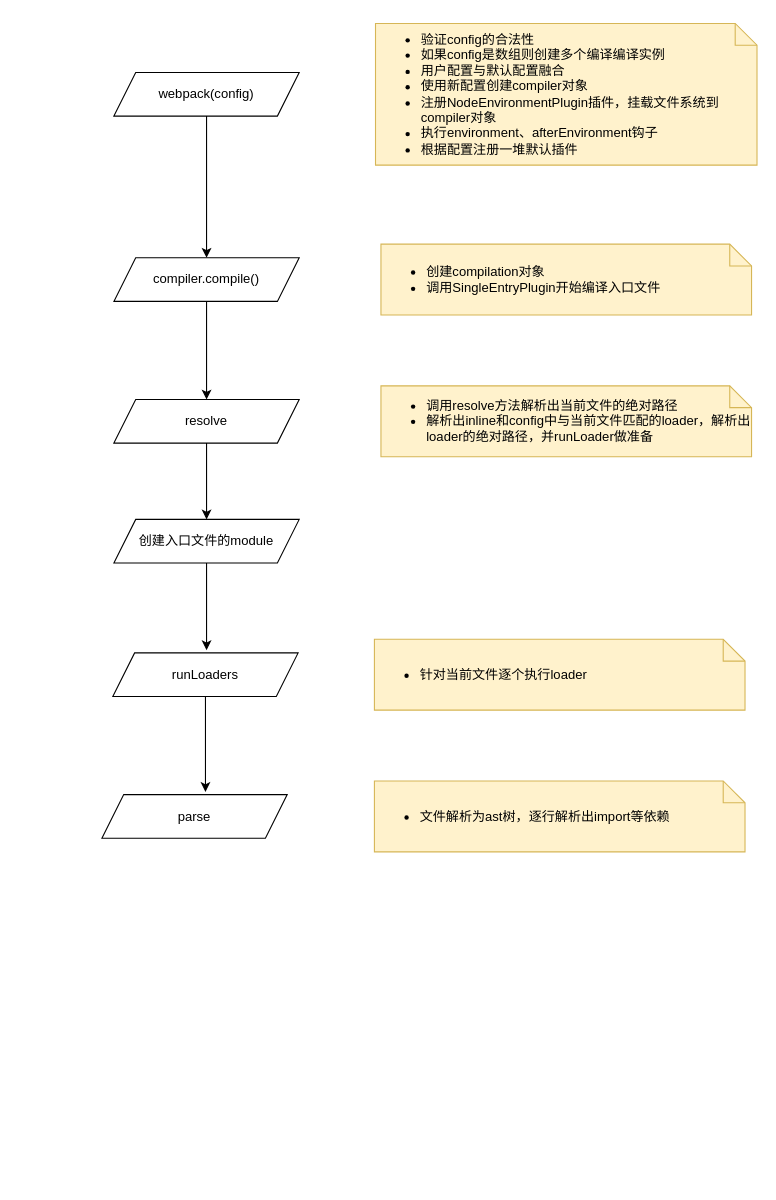
Before: webpack simple flow.drawio in askzh/diagrams, a draw.io diagram. Source tidied: cells renumbered, new cells numbered last; positions are measured from the earlier drawing's top-left corner, leaving out a move shared by most shapes. Both pictures are drawn from the tidied source at 109%, with x=0, y=0 at pixel (101, 23).
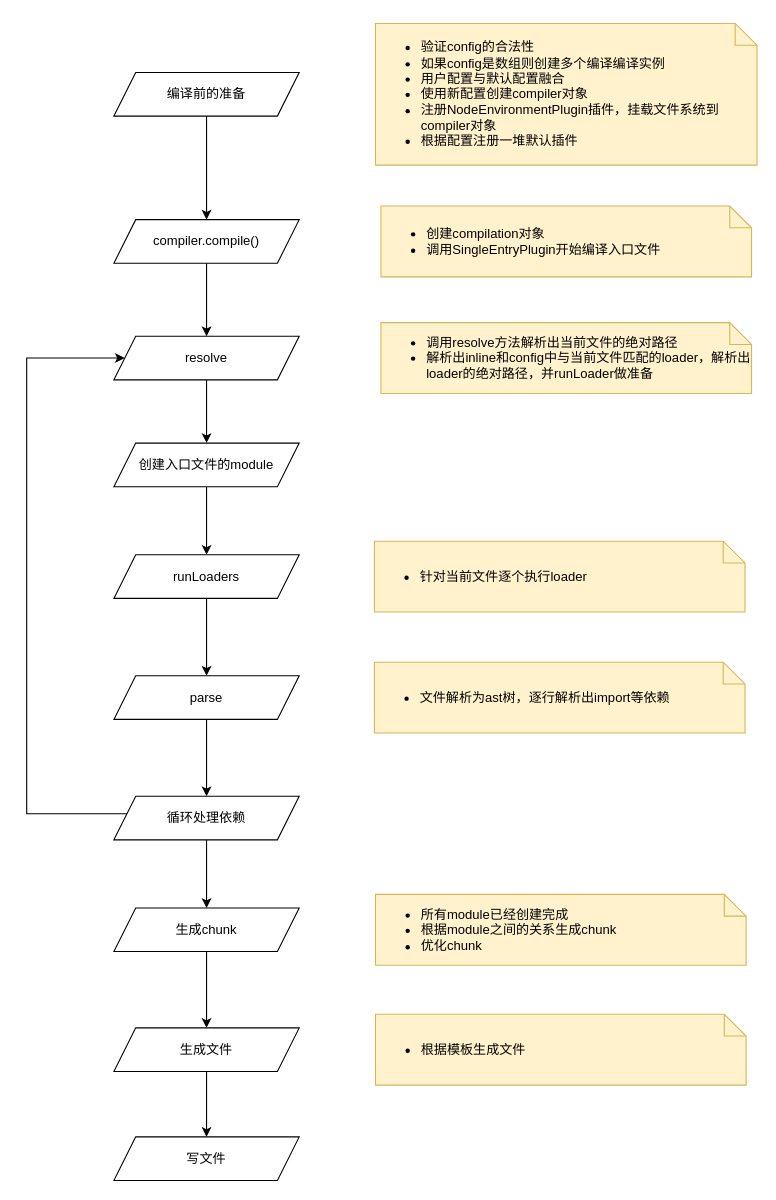
After the change.

Diff of the diagram source:
```diff
@@
-    <mxCell id="3" value="webpack(config)" style="shape=parallelogram;perimeter=parallelogramPerimeter;whiteSpace=wrap;html=1;fixedSize=1;" parent="1" vertex="1">
+    <mxCell id="3" value="编译前的准备" style="shape=parallelogram;perimeter=parallelogramPerimeter;whiteSpace=wrap;html=1;fixedSize=1;" parent="1" vertex="1">
       <mxGeometry x="11" y="45" width="170" height="40" as="geometry" />
     </mxCell>
-    <mxCell id="4" value="&lt;ul&gt;&lt;li&gt;&lt;span&gt;验证config的合法性&lt;/span&gt;&lt;/li&gt;&lt;li&gt;&lt;span&gt;如果config是数组则创建多个编译编译实例&lt;/span&gt;&lt;/li&gt;&lt;li&gt;&lt;span&gt;用户配置与默认配置融合&lt;/span&gt;&lt;/li&gt;&lt;li&gt;&lt;span&gt;使用新配置创建compiler对象&lt;/span&gt;&lt;/li&gt;&lt;li&gt;注册NodeEnvironmentPlugin插件，挂载文件系统到compiler对象&lt;/li&gt;&lt;li&gt;执行environment、afterEnvironment钩子&lt;/li&gt;&lt;li&gt;根据配置注册一堆默认插件&lt;/li&gt;&lt;/ul&gt;" style="shape=note;size=20;whiteSpace=wrap;html=1;fillColor=#fff2cc;strokeColor=#d6b656;align=left;" parent="1" vertex="1">
+    <mxCell id="4" value="&lt;ul&gt;&lt;li&gt;&lt;span&gt;验证config的合法性&lt;/span&gt;&lt;/li&gt;&lt;li&gt;&lt;span&gt;如果config是数组则创建多个编译编译实例&lt;/span&gt;&lt;/li&gt;&lt;li&gt;&lt;span&gt;用户配置与默认配置融合&lt;/span&gt;&lt;/li&gt;&lt;li&gt;&lt;span&gt;使用新配置创建compiler对象&lt;/span&gt;&lt;/li&gt;&lt;li&gt;注册NodeEnvironmentPlugin插件，挂载文件系统到compiler对象&lt;/li&gt;&lt;li&gt;根据配置注册一堆默认插件&lt;/li&gt;&lt;/ul&gt;" style="shape=note;size=20;whiteSpace=wrap;html=1;fillColor=#fff2cc;strokeColor=#d6b656;align=left;" parent="1" vertex="1">
       <mxGeometry x="251" width="350" height="130" as="geometry" />
     </mxCell>
@@
     <mxCell id="6" value="compiler.compile()" style="shape=parallelogram;perimeter=parallelogramPerimeter;whiteSpace=wrap;html=1;fixedSize=1;" parent="1" vertex="1">
-      <mxGeometry x="11" y="215" width="170" height="40" as="geometry" />
+      <mxGeometry x="11" y="180" width="170" height="40" as="geometry" />
     </mxCell>
     <mxCell id="7" value="&lt;ul&gt;&lt;li&gt;创建compilation对象&lt;/li&gt;&lt;li&gt;调用SingleEntryPlugin开始编译入口文件&lt;/li&gt;&lt;/ul&gt;" style="shape=note;size=20;whiteSpace=wrap;html=1;fillColor=#fff2cc;strokeColor=#d6b656;align=left;" parent="1" vertex="1">
-      <mxGeometry x="256" y="202.5" width="340" height="65" as="geometry" />
+      <mxGeometry x="256" y="167.5" width="340" height="65" as="geometry" />
     </mxCell>
@@
     <mxCell id="9" value="resolve" style="shape=parallelogram;perimeter=parallelogramPerimeter;whiteSpace=wrap;html=1;fixedSize=1;" parent="1" vertex="1">
-      <mxGeometry x="11" y="345" width="170" height="40" as="geometry" />
+      <mxGeometry x="11" y="287" width="170" height="40" as="geometry" />
     </mxCell>
     <mxCell id="10" value="&lt;ul&gt;&lt;li&gt;调用resolve方法解析出当前文件的绝对路径&lt;/li&gt;&lt;li&gt;解析出inline和config中与当前文件匹配的loader，解析出loader的绝对路径，并runLoader做准备&lt;/li&gt;&lt;/ul&gt;" style="shape=note;size=20;whiteSpace=wrap;html=1;fillColor=#fff2cc;strokeColor=#d6b656;align=left;" parent="1" vertex="1">
-      <mxGeometry x="256" y="332.5" width="340" height="65" as="geometry" />
+      <mxGeometry x="256" y="274.5" width="340" height="65" as="geometry" />
     </mxCell>
-    <mxCell id="11" style="edgeStyle=orthogonalEdgeStyle;rounded=0;jettySize=auto;html=1;" parent="1" edge="1" source="12">
-      <mxGeometry relative="1" as="geometry">
-        <mxPoint x="95" y="705" as="targetPoint" />
-      </mxGeometry>
-    </mxCell>
+    <mxCell id="18" style="edgeStyle=orthogonalEdgeStyle;rounded=0;jettySize=auto;html=1;entryX=0.5;entryY=0;entryDx=0;entryDy=0;" parent="1" edge="1" source="12" target="14">
+      <mxGeometry relative="1" as="geometry" />
+    </mxCell>
     <mxCell id="12" value="runLoaders" style="shape=parallelogram;perimeter=parallelogramPerimeter;whiteSpace=wrap;html=1;fixedSize=1;" parent="1" vertex="1">
-      <mxGeometry x="10" y="577.5" width="170" height="40" as="geometry" />
+      <mxGeometry x="11" y="487.5" width="170" height="40" as="geometry" />
     </mxCell>
     <mxCell id="13" value="&lt;ul&gt;&lt;li&gt;针对当前文件逐个执行loader&lt;/li&gt;&lt;/ul&gt;" style="shape=note;size=20;whiteSpace=wrap;html=1;fillColor=#fff2cc;strokeColor=#d6b656;align=left;" parent="1" vertex="1">
-      <mxGeometry x="250" y="565" width="340" height="65" as="geometry" />
+      <mxGeometry x="250" y="475" width="340" height="65" as="geometry" />
     </mxCell>
+    <mxCell id="19" style="edgeStyle=orthogonalEdgeStyle;rounded=0;jettySize=auto;html=1;entryX=0.5;entryY=0;entryDx=0;entryDy=0;" parent="1" edge="1" source="14" target="23">
+      <mxGeometry relative="1" as="geometry" />
+    </mxCell>
     <mxCell id="14" value="parse" style="shape=parallelogram;perimeter=parallelogramPerimeter;whiteSpace=wrap;html=1;fixedSize=1;" parent="1" vertex="1">
-      <mxGeometry y="707.5" width="170" height="40" as="geometry" />
+      <mxGeometry x="11" y="598.5" width="170" height="40" as="geometry" />
     </mxCell>
     <mxCell id="15" value="&lt;ul&gt;&lt;li&gt;文件解析为ast树，逐行解析出import等依赖&lt;/li&gt;&lt;/ul&gt;" style="shape=note;size=20;whiteSpace=wrap;html=1;fillColor=#fff2cc;strokeColor=#d6b656;align=left;" parent="1" vertex="1">
-      <mxGeometry x="250" y="695" width="340" height="65" as="geometry" />
+      <mxGeometry x="250" y="586" width="340" height="65" as="geometry" />
     </mxCell>
-    <mxCell id="16" style="edgeStyle=orthogonalEdgeStyle;rounded=0;jettySize=auto;html=1;" parent="1" edge="1" source="17">
-      <mxGeometry relative="1" as="geometry">
-        <mxPoint x="96" y="575" as="targetPoint" />
-      </mxGeometry>
-    </mxCell>
+    <mxCell id="20" style="edgeStyle=orthogonalEdgeStyle;rounded=0;jettySize=auto;html=1;entryX=0.5;entryY=0;entryDx=0;entryDy=0;" parent="1" edge="1" source="17" target="12">
+      <mxGeometry relative="1" as="geometry" />
+    </mxCell>
     <mxCell id="17" value="创建入口文件的module" style="shape=parallelogram;perimeter=parallelogramPerimeter;whiteSpace=wrap;html=1;fixedSize=1;" parent="1" vertex="1">
-      <mxGeometry x="11" y="455" width="170" height="40" as="geometry" />
+      <mxGeometry x="11" y="385" width="170" height="40" as="geometry" />
     </mxCell>
+    <mxCell id="21" style="edgeStyle=orthogonalEdgeStyle;rounded=0;jettySize=auto;html=1;" parent="1" edge="1" source="23" target="9">
+      <mxGeometry relative="1" as="geometry">
+        <Array as="points">
+          <mxPoint x="-69" y="725" />
+          <mxPoint x="-69" y="307" />
+        </Array>
+      </mxGeometry>
+    </mxCell>
+    <mxCell id="22" style="edgeStyle=orthogonalEdgeStyle;rounded=0;jettySize=auto;html=1;entryX=0.5;entryY=0;entryDx=0;entryDy=0;" parent="1" edge="1" source="23" target="25">
+      <mxGeometry relative="1" as="geometry" />
+    </mxCell>
+    <mxCell id="23" value="循环处理依赖" style="shape=parallelogram;perimeter=parallelogramPerimeter;whiteSpace=wrap;html=1;fixedSize=1;" parent="1" vertex="1">
+      <mxGeometry x="11" y="709" width="170" height="40" as="geometry" />
+    </mxCell>
+    <mxCell id="24" style="edgeStyle=orthogonalEdgeStyle;rounded=0;jettySize=auto;html=1;entryX=0.5;entryY=0;entryDx=0;entryDy=0;" parent="1" edge="1" source="25" target="28">
+      <mxGeometry relative="1" as="geometry" />
+    </mxCell>
+    <mxCell id="25" value="生成chunk" style="shape=parallelogram;perimeter=parallelogramPerimeter;whiteSpace=wrap;html=1;fixedSize=1;" parent="1" vertex="1">
+      <mxGeometry x="11" y="811.5" width="170" height="40" as="geometry" />
+    </mxCell>
+    <mxCell id="26" value="&lt;ul&gt;&lt;li&gt;所有module已经创建完成&lt;/li&gt;&lt;li&gt;根据module之间的关系生成chunk&lt;/li&gt;&lt;li&gt;优化chunk&lt;/li&gt;&lt;/ul&gt;" style="shape=note;size=20;whiteSpace=wrap;html=1;fillColor=#fff2cc;strokeColor=#d6b656;align=left;" parent="1" vertex="1">
+      <mxGeometry x="251" y="799" width="340" height="65" as="geometry" />
+    </mxCell>
+    <mxCell id="27" style="edgeStyle=orthogonalEdgeStyle;rounded=0;jettySize=auto;html=1;" parent="1" edge="1" source="28" target="30">
+      <mxGeometry relative="1" as="geometry" />
+    </mxCell>
+    <mxCell id="28" value="生成文件" style="shape=parallelogram;perimeter=parallelogramPerimeter;whiteSpace=wrap;html=1;fixedSize=1;" parent="1" vertex="1">
+      <mxGeometry x="11" y="921.5" width="170" height="40" as="geometry" />
+    </mxCell>
+    <mxCell id="29" value="&lt;ul&gt;&lt;li&gt;根据模板生成文件&lt;/li&gt;&lt;/ul&gt;" style="shape=note;size=20;whiteSpace=wrap;html=1;fillColor=#fff2cc;strokeColor=#d6b656;align=left;" parent="1" vertex="1">
+      <mxGeometry x="251" y="909" width="340" height="65" as="geometry" />
+    </mxCell>
+    <mxCell id="30" value="写文件" style="shape=parallelogram;perimeter=parallelogramPerimeter;whiteSpace=wrap;html=1;fixedSize=1;" parent="1" vertex="1">
+      <mxGeometry x="11" y="1021.5" width="170" height="40" as="geometry" />
+    </mxCell>
```
